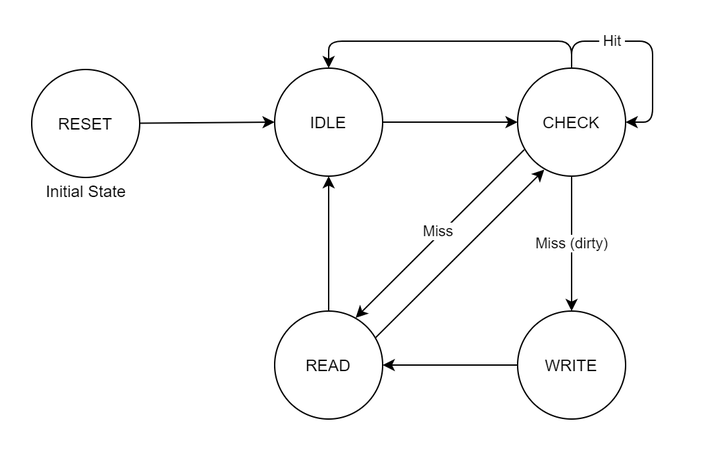
Above: images/state_diagram.png in VLSIDA/OpenCache (draw.io), before the change. Source tidied: cells renumbered, new cells last; positions are measured from the earlier drawing's top-left corner, leaving out a move shared by most shapes.
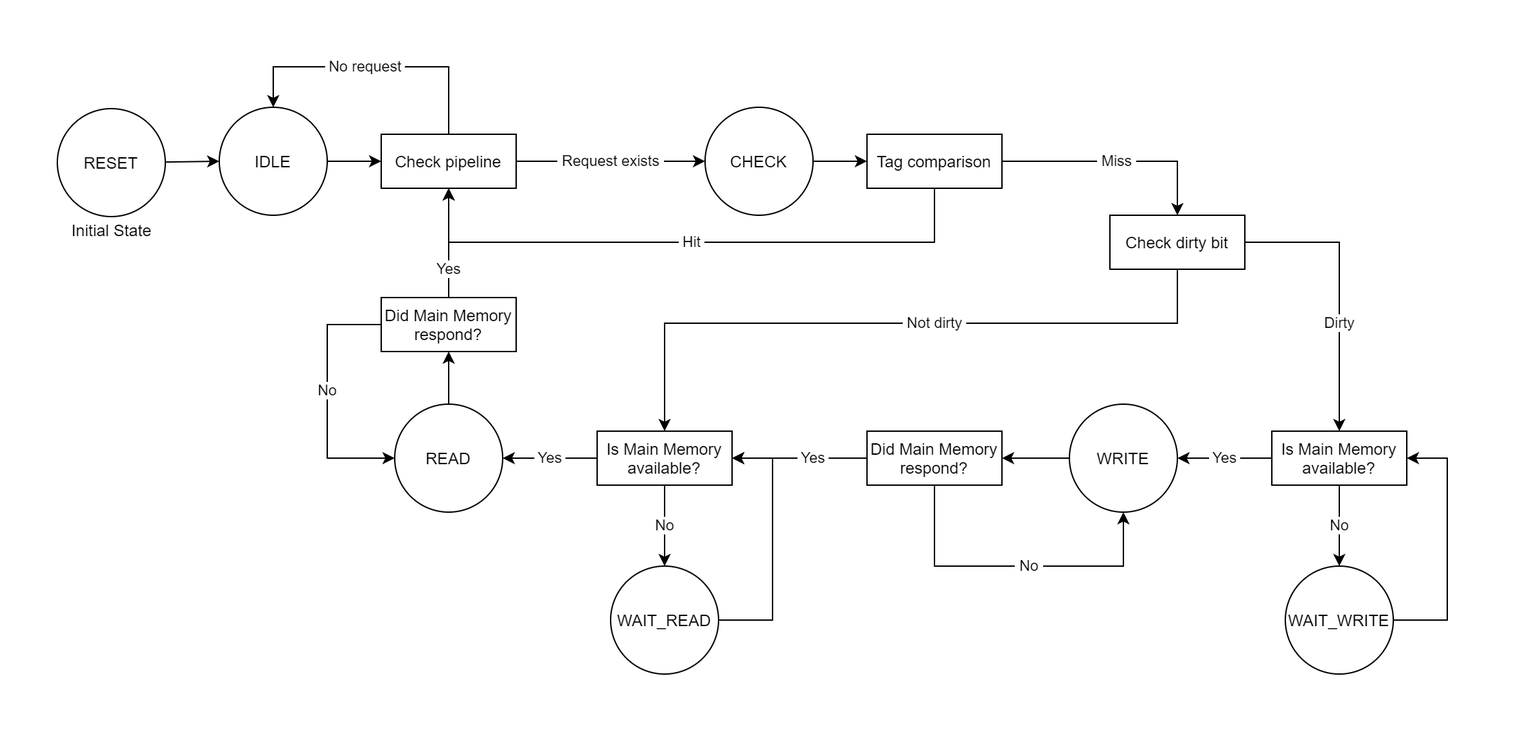
The same diagram one commit later.

Commit message:
Wait states added to documentation

Change to the diagram source:
```diff
@@ -2,71 +2,154 @@
   <root>
     <mxCell id="0" />
     <mxCell id="1" parent="0" />
-    <mxCell id="2" style="edgeStyle=none;rounded=0;jettySize=auto;html=1;entryX=0;entryY=0.5;entryDx=0;entryDy=0;" parent="1" edge="1" source="3" target="5">
+    <mxCell id="2" style="edgeStyle=none;rounded=0;jettySize=auto;html=1;entryX=0;entryY=0.5;entryDx=0;entryDy=0;" parent="1" edge="1" source="3" target="6">
       <mxGeometry relative="1" as="geometry" />
     </mxCell>
     <mxCell id="3" value="RESET" style="ellipse;whiteSpace=wrap;html=1;" parent="1" vertex="1">
-      <mxGeometry y="21" width="80" height="80" as="geometry" />
+      <mxGeometry x="90" y="-9" width="80" height="80" as="geometry" />
     </mxCell>
-    <mxCell id="4" style="edgeStyle=orthogonalEdgeStyle;rounded=0;jettySize=auto;html=1;entryX=0;entryY=0.5;entryDx=0;entryDy=0;" parent="1" edge="1" source="5" target="8">
+    <mxCell id="4" value="&amp;nbsp;Request exists&amp;nbsp;" style="edgeStyle=orthogonalEdgeStyle;rounded=0;jettySize=auto;html=1;entryX=0;entryY=0.5;entryDx=0;entryDy=0;" parent="1" edge="1" source="11" target="8">
       <mxGeometry relative="1" as="geometry" />
     </mxCell>
-    <mxCell id="5" value="IDLE" style="ellipse;whiteSpace=wrap;html=1;" parent="1" vertex="1">
-      <mxGeometry x="180" y="20" width="80" height="80" as="geometry" />
+    <mxCell id="5" style="edgeStyle=orthogonalEdgeStyle;rounded=0;jettySize=auto;html=1;entryX=0;entryY=0.5;entryDx=0;entryDy=0;targetPerimeterSpacing=0;" parent="1" edge="1" source="6" target="11">
+      <mxGeometry relative="1" as="geometry" />
     </mxCell>
-    <mxCell id="6" value="Miss (dirty)" style="edgeStyle=orthogonalEdgeStyle;rounded=0;jettySize=auto;html=1;entryX=0.5;entryY=0;entryDx=0;entryDy=0;" parent="1" edge="1" source="8" target="15">
-      <mxGeometry relative="1" as="geometry" />
+    <mxCell id="6" value="IDLE" style="ellipse;whiteSpace=wrap;html=1;" parent="1" vertex="1">
+      <mxGeometry x="210" y="-10" width="80" height="80" as="geometry" />
     </mxCell>
-    <mxCell id="7" style="edgeStyle=orthogonalEdgeStyle;jumpStyle=none;jettySize=auto;html=1;entryX=0.5;entryY=0;entryDx=0;entryDy=0;rounded=1;" parent="1" edge="1" source="8" target="5">
-      <mxGeometry relative="1" as="geometry">
-        <Array as="points">
-          <mxPoint x="400" />
-          <mxPoint x="220" />
-        </Array>
-      </mxGeometry>
+    <mxCell id="7" style="edgeStyle=orthogonalEdgeStyle;rounded=0;jettySize=auto;html=1;entryX=0;entryY=0.5;entryDx=0;entryDy=0;targetPerimeterSpacing=0;" parent="1" edge="1" source="8" target="14">
+      <mxGeometry relative="1" as="geometry" />
     </mxCell>
     <mxCell id="8" value="CHECK" style="ellipse;whiteSpace=wrap;html=1;" parent="1" vertex="1">
-      <mxGeometry x="360" y="20" width="80" height="80" as="geometry" />
+      <mxGeometry x="570" y="-10" width="80" height="80" as="geometry" />
     </mxCell>
-    <mxCell id="9" style="edgeStyle=none;rounded=0;jettySize=auto;html=1;entryX=0.5;entryY=1;entryDx=0;entryDy=0;" parent="1" edge="1" source="13" target="5">
-      <mxGeometry relative="1" as="geometry" />
+    <mxCell id="9" value="Initial State" style="text;html=1;align=center;verticalAlign=middle;strokeColor=none;" parent="1" vertex="1">
+      <mxGeometry x="95" y="71" width="70" height="20" as="geometry" />
     </mxCell>
-    <mxCell id="10" style="edgeStyle=none;jumpStyle=none;jettySize=auto;html=1;exitX=0.061;exitY=0.756;exitDx=0;exitDy=0;entryX=0.75;entryY=0.063;entryDx=0;entryDy=0;entryPerimeter=0;exitPerimeter=0;" parent="1" edge="1" source="8" target="13">
-      <mxGeometry relative="1" as="geometry" />
+    <mxCell id="10" value="&amp;nbsp;No request&amp;nbsp;" style="edgeStyle=orthogonalEdgeStyle;rounded=0;jettySize=auto;html=1;exitX=0.5;exitY=0;exitDx=0;exitDy=0;entryX=0.5;entryY=0;entryDx=0;entryDy=0;" parent="1" edge="1" source="11" target="6">
+      <mxGeometry x="0.07" relative="1" as="geometry">
+        <Array as="points">
+          <mxPoint x="380" y="-40" />
+          <mxPoint x="250" y="-40" />
+        </Array>
+      </mxGeometry>
     </mxCell>
-    <mxCell id="11" value="Miss" style="edgeLabel;align=center;verticalAlign=middle;points=[];labelBorderColor=none;labelBackgroundColor=#ffffff;html=1;horizontal=1;" parent="10" vertex="1">
-      <mxGeometry x="0.14" y="-2" relative="1" as="geometry">
-        <mxPoint x="8" y="-10" as="offset" />
-      </mxGeometry>
+    <mxCell id="11" value="Check pipeline" style="rounded=0;whiteSpace=wrap;html=1;" parent="1" vertex="1">
+      <mxGeometry x="330" y="10" width="100" height="40" as="geometry" />
     </mxCell>
-    <mxCell id="12" style="edgeStyle=none;jumpStyle=none;jettySize=auto;html=1;exitX=0.936;exitY=0.245;exitDx=0;exitDy=0;exitPerimeter=0;entryX=0.247;entryY=0.94;entryDx=0;entryDy=0;entryPerimeter=0;" parent="1" edge="1" source="13" target="8">
-      <mxGeometry relative="1" as="geometry" />
+    <mxCell id="12" value="&amp;nbsp;Hit&amp;nbsp;" style="edgeStyle=orthogonalEdgeStyle;rounded=0;jettySize=auto;html=1;targetPerimeterSpacing=0;entryX=0.5;entryY=1;entryDx=0;entryDy=0;" parent="1" edge="1" source="14" target="11">
+      <mxGeometry relative="1" as="geometry">
+        <Array as="points">
+          <mxPoint x="740" y="90" />
+          <mxPoint x="380" y="90" />
+        </Array>
+      </mxGeometry>
     </mxCell>
-    <mxCell id="13" value="READ" style="ellipse;whiteSpace=wrap;html=1;" parent="1" vertex="1">
-      <mxGeometry x="180" y="200" width="80" height="80" as="geometry" />
+    <mxCell id="13" value="&amp;nbsp;Miss&amp;nbsp;" style="edgeStyle=orthogonalEdgeStyle;rounded=0;jettySize=auto;html=1;entryX=0.5;entryY=0;entryDx=0;entryDy=0;targetPerimeterSpacing=0;exitX=1;exitY=0.5;exitDx=0;exitDy=0;" parent="1" edge="1" source="14" target="17">
+      <mxGeometry relative="1" as="geometry">
+        <Array as="points">
+          <mxPoint x="920" y="30" />
+        </Array>
+      </mxGeometry>
     </mxCell>
-    <mxCell id="14" style="edgeStyle=orthogonalEdgeStyle;rounded=0;jettySize=auto;html=1;entryX=1;entryY=0.5;entryDx=0;entryDy=0;" parent="1" edge="1" source="15" target="13">
-      <mxGeometry relative="1" as="geometry" />
+    <mxCell id="14" value="Tag comparison" style="rounded=0;whiteSpace=wrap;html=1;" parent="1" vertex="1">
+      <mxGeometry x="690" y="10" width="100" height="40" as="geometry" />
     </mxCell>
-    <mxCell id="15" value="WRITE" style="ellipse;whiteSpace=wrap;html=1;" parent="1" vertex="1">
-      <mxGeometry x="360" y="200" width="80" height="80" as="geometry" />
+    <mxCell id="15" value="&amp;nbsp;Not dirty&amp;nbsp;" style="edgeStyle=orthogonalEdgeStyle;rounded=0;jettySize=auto;html=1;entryX=0.5;entryY=0;entryDx=0;entryDy=0;targetPerimeterSpacing=0;" parent="1" edge="1" source="17" target="29">
+      <mxGeometry x="-0.12" relative="1" as="geometry">
+        <Array as="points">
+          <mxPoint x="920" y="150" />
+          <mxPoint x="540" y="150" />
+        </Array>
+      </mxGeometry>
     </mxCell>
-    <mxCell id="16" style="edgeStyle=orthogonalEdgeStyle;orthogonalLoop=1;jettySize=auto;html=1;entryX=1;entryY=0.5;entryDx=0;entryDy=0;jumpStyle=none;rounded=1;" parent="1" edge="1" source="8" target="8">
-      <mxGeometry relative="1" as="geometry">
-        <Array as="points">
-          <mxPoint x="400" />
-          <mxPoint x="460" />
-          <mxPoint x="460" y="60" />
-        </Array>
-      </mxGeometry>
+    <mxCell id="16" value="Dirty" style="edgeStyle=orthogonalEdgeStyle;rounded=0;jettySize=auto;html=1;entryX=0.5;entryY=0;entryDx=0;entryDy=0;targetPerimeterSpacing=0;" parent="1" edge="1" source="17" target="26">
+      <mxGeometry x="0.24" relative="1" as="geometry" />
     </mxCell>
-    <mxCell id="17" value="&amp;nbsp;Hit&amp;nbsp;" style="edgeLabel;html=1;align=center;verticalAlign=middle;points=[];" parent="16" vertex="1">
-      <mxGeometry x="0.16" y="-2" relative="1" as="geometry">
-        <mxPoint x="-28" y="-13" as="offset" />
-      </mxGeometry>
+    <mxCell id="17" value="Check dirty bit" style="rounded=0;whiteSpace=wrap;html=1;" parent="1" vertex="1">
+      <mxGeometry x="870" y="70" width="100" height="40" as="geometry" />
     </mxCell>
-    <mxCell id="18" value="Initial State" style="text;html=1;align=center;verticalAlign=middle;strokeColor=none;" parent="1" vertex="1">
-      <mxGeometry x="5" y="101" width="70" height="20" as="geometry" />
+    <mxCell id="18" style="edgeStyle=orthogonalEdgeStyle;rounded=0;jettySize=auto;html=1;entryX=1;entryY=0.5;entryDx=0;entryDy=0;targetPerimeterSpacing=0;" parent="1" edge="1" source="19" target="26">
+      <mxGeometry relative="1" as="geometry">
+        <Array as="points">
+          <mxPoint x="1120" y="370" />
+          <mxPoint x="1120" y="250" />
+        </Array>
+      </mxGeometry>
     </mxCell>
+    <mxCell id="19" value="WAIT_WRITE" style="ellipse;whiteSpace=wrap;html=1;" parent="1" vertex="1">
+      <mxGeometry x="1000" y="330" width="80" height="80" as="geometry" />
+    </mxCell>
+    <mxCell id="20" style="edgeStyle=orthogonalEdgeStyle;rounded=0;jettySize=auto;html=1;entryX=1;entryY=0.5;entryDx=0;entryDy=0;targetPerimeterSpacing=0;" parent="1" edge="1" source="21" target="37">
+      <mxGeometry relative="1" as="geometry" />
+    </mxCell>
+    <mxCell id="21" value="WRITE" style="ellipse;whiteSpace=wrap;html=1;" parent="1" vertex="1">
+      <mxGeometry x="840" y="210" width="80" height="80" as="geometry" />
+    </mxCell>
+    <mxCell id="22" style="edgeStyle=orthogonalEdgeStyle;rounded=0;jettySize=auto;html=1;entryX=0.5;entryY=1;entryDx=0;entryDy=0;targetPerimeterSpacing=0;" parent="1" edge="1" source="23" target="34">
+      <mxGeometry relative="1" as="geometry" />
+    </mxCell>
+    <mxCell id="23" value="READ" style="ellipse;whiteSpace=wrap;html=1;" parent="1" vertex="1">
+      <mxGeometry x="340" y="210" width="80" height="80" as="geometry" />
+    </mxCell>
+    <mxCell id="24" value="&amp;nbsp;Yes&amp;nbsp;" style="edgeStyle=orthogonalEdgeStyle;rounded=0;jettySize=auto;html=1;entryX=1;entryY=0.5;entryDx=0;entryDy=0;targetPerimeterSpacing=0;" parent="1" edge="1" source="26" target="21">
+      <mxGeometry relative="1" as="geometry" />
+    </mxCell>
+    <mxCell id="25" value="&amp;nbsp;No&amp;nbsp;" style="edgeStyle=orthogonalEdgeStyle;rounded=0;jettySize=auto;html=1;entryX=0.5;entryY=0;entryDx=0;entryDy=0;targetPerimeterSpacing=0;" parent="1" edge="1" source="26" target="19">
+      <mxGeometry relative="1" as="geometry" />
+    </mxCell>
+    <mxCell id="26" value="Is Main Memory available?" style="rounded=0;whiteSpace=wrap;html=1;" parent="1" vertex="1">
+      <mxGeometry x="990" y="230" width="100" height="40" as="geometry" />
+    </mxCell>
+    <mxCell id="27" value="&amp;nbsp;Yes&amp;nbsp;" style="edgeStyle=orthogonalEdgeStyle;rounded=0;jettySize=auto;html=1;entryX=1;entryY=0.5;entryDx=0;entryDy=0;targetPerimeterSpacing=0;" parent="1" edge="1" source="29" target="23">
+      <mxGeometry relative="1" as="geometry" />
+    </mxCell>
+    <mxCell id="28" value="&amp;nbsp;No&amp;nbsp;" style="edgeStyle=orthogonalEdgeStyle;rounded=0;jettySize=auto;html=1;entryX=0.5;entryY=0;entryDx=0;entryDy=0;targetPerimeterSpacing=0;" parent="1" edge="1" source="29" target="31">
+      <mxGeometry relative="1" as="geometry" />
+    </mxCell>
+    <mxCell id="29" value="Is Main Memory available?" style="rounded=0;whiteSpace=wrap;html=1;" parent="1" vertex="1">
+      <mxGeometry x="490" y="230" width="100" height="40" as="geometry" />
+    </mxCell>
+    <mxCell id="30" style="edgeStyle=orthogonalEdgeStyle;rounded=0;jettySize=auto;html=1;entryX=1;entryY=0.5;entryDx=0;entryDy=0;targetPerimeterSpacing=0;" parent="1" edge="1" source="31" target="29">
+      <mxGeometry relative="1" as="geometry">
+        <Array as="points">
+          <mxPoint x="620" y="370" />
+          <mxPoint x="620" y="250" />
+        </Array>
+      </mxGeometry>
+    </mxCell>
+    <mxCell id="31" value="WAIT_READ" style="ellipse;whiteSpace=wrap;html=1;" parent="1" vertex="1">
+      <mxGeometry x="500" y="330" width="80" height="80" as="geometry" />
+    </mxCell>
+    <mxCell id="32" value="&amp;nbsp;No&amp;nbsp;" style="edgeStyle=orthogonalEdgeStyle;rounded=0;jettySize=auto;html=1;entryX=0;entryY=0.5;entryDx=0;entryDy=0;targetPerimeterSpacing=0;" parent="1" edge="1" source="34" target="23">
+      <mxGeometry x="-0.05" relative="1" as="geometry">
+        <Array as="points">
+          <mxPoint x="290" y="151" />
+          <mxPoint x="290" y="250" />
+        </Array>
+      </mxGeometry>
+    </mxCell>
+    <mxCell id="33" value="&amp;nbsp;Yes&amp;nbsp;" style="edgeStyle=orthogonalEdgeStyle;rounded=0;jettySize=auto;html=1;entryX=0.5;entryY=1;entryDx=0;entryDy=0;targetPerimeterSpacing=0;" parent="1" edge="1" source="34" target="11">
+      <mxGeometry x="-0.48" relative="1" as="geometry" />
+    </mxCell>
+    <mxCell id="34" value="Did Main Memory respond?" style="rounded=0;whiteSpace=wrap;html=1;" parent="1" vertex="1">
+      <mxGeometry x="330" y="131" width="100" height="40" as="geometry" />
+    </mxCell>
+    <mxCell id="35" value="&amp;nbsp;Yes&amp;nbsp;" style="edgeStyle=orthogonalEdgeStyle;rounded=0;jettySize=auto;html=1;targetPerimeterSpacing=0;" parent="1" edge="1" source="37">
+      <mxGeometry x="-0.2" relative="1" as="geometry">
+        <mxPoint x="590" y="250" as="targetPoint" />
+      </mxGeometry>
+    </mxCell>
+    <mxCell id="36" value="&amp;nbsp;No&amp;nbsp;" style="edgeStyle=orthogonalEdgeStyle;rounded=0;jettySize=auto;html=1;entryX=0.5;entryY=1;entryDx=0;entryDy=0;targetPerimeterSpacing=0;" parent="1" edge="1" source="37" target="21">
+      <mxGeometry x="0.08" relative="1" as="geometry">
+        <Array as="points">
+          <mxPoint x="740" y="330" />
+          <mxPoint x="880" y="330" />
+        </Array>
+      </mxGeometry>
+    </mxCell>
+    <mxCell id="37" value="Did Main Memory respond?" style="rounded=0;whiteSpace=wrap;html=1;" parent="1" vertex="1">
+      <mxGeometry x="690" y="230" width="100" height="40" as="geometry" />
+    </mxCell>
   </root>
 </mxGraphModel>
```
